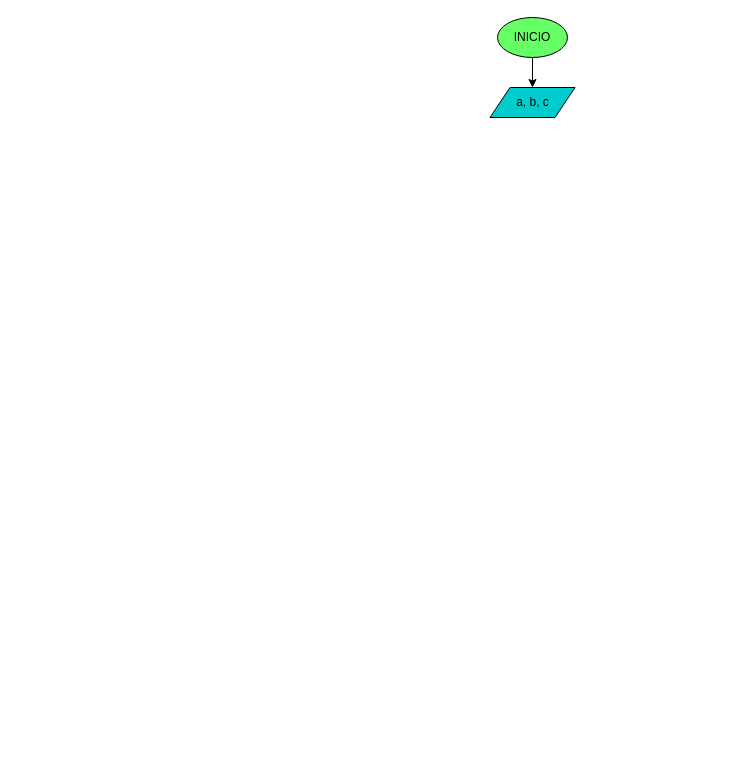
Earlier version of the draw.io diagram diagrama.drawio (sistemas-colegio-guanenta/quiz-condicionales-rangy25). Source tidied: cells renumbered, new cells numbered last; positions are measured from the earlier drawing's top-left corner, leaving out a move shared by most shapes. Both pictures are drawn from the tidied source at 100%, with x=0, y=0 at pixel (489, 17).
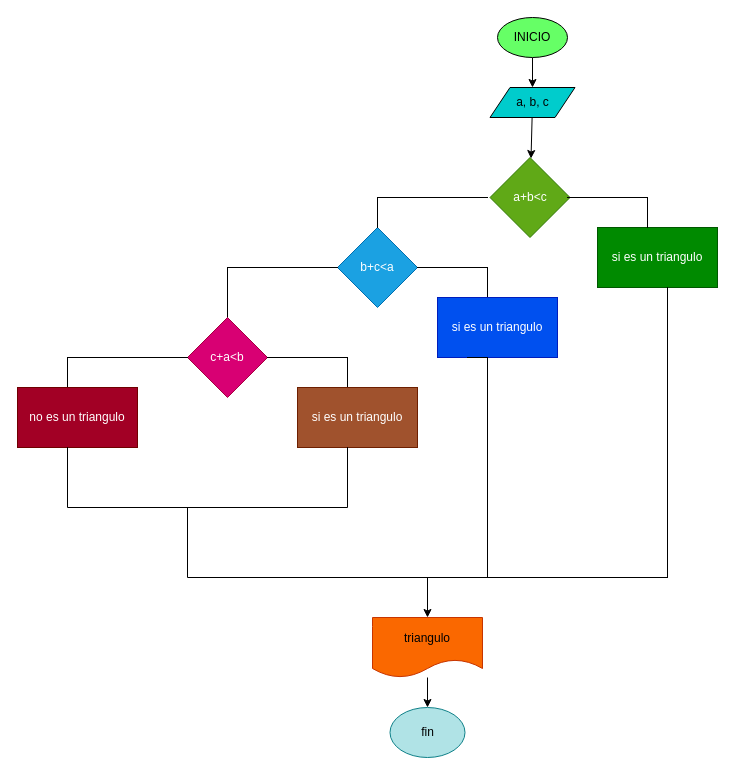
After the change.

Commit message (it also covers changes not shown here):
se realizo diagrama

Unchanged cells that the change refers to:
```xml
<mxCell id="4" value="a, b, c" style="shape=parallelogram;perimeter=parallelogramPerimeter;whiteSpace=wrap;html=1;fixedSize=1;fillColor=#00CCCC;" parent="1" vertex="1">
  <mxGeometry x="0.5" y="70" width="85" height="30" as="geometry" />
</mxCell>
```

Diff of the diagram source:
```diff
@@
+    <mxCell id="5" style="edgeStyle=none;html=1;" parent="1" edge="1" source="4" target="6">
+      <mxGeometry relative="1" as="geometry" />
+    </mxCell>
@@
+    <mxCell id="6" value="a+b&amp;lt;c" style="rhombus;whiteSpace=wrap;html=1;fillColor=#60a917;fontColor=#ffffff;strokeColor=#2D7600;" parent="1" vertex="1">
+      <mxGeometry x="0.5" y="140" width="80" height="80" as="geometry" />
+    </mxCell>
+    <mxCell id="7" value="si es un triangulo" style="rounded=0;whiteSpace=wrap;html=1;fillColor=#008a00;fontColor=#ffffff;strokeColor=#005700;" parent="1" vertex="1">
+      <mxGeometry x="108" y="210" width="120" height="60" as="geometry" />
+    </mxCell>
+    <mxCell id="8" style="shape=partialRectangle;whiteSpace=wrap;html=1;bottom=0;right=0;fillColor=none;direction=south;" parent="1" vertex="1">
+      <mxGeometry x="78" y="180" width="80" height="30" as="geometry" />
+    </mxCell>
+    <mxCell id="9" value="b+c&amp;lt;a" style="rhombus;whiteSpace=wrap;html=1;fillColor=#1ba1e2;fontColor=#ffffff;strokeColor=#006EAF;" parent="1" vertex="1">
+      <mxGeometry x="-152" y="210" width="80" height="80" as="geometry" />
+    </mxCell>
+    <mxCell id="10" style="shape=partialRectangle;whiteSpace=wrap;html=1;bottom=0;right=0;fillColor=none;" parent="1" vertex="1">
+      <mxGeometry x="-112" y="180" width="110" height="30" as="geometry" />
+    </mxCell>
+    <mxCell id="11" style="shape=partialRectangle;whiteSpace=wrap;html=1;bottom=0;right=0;fillColor=none;direction=south;" parent="1" vertex="1">
+      <mxGeometry x="-72" y="250" width="70" height="30" as="geometry" />
+    </mxCell>
+    <mxCell id="12" value="si es un triangulo" style="rounded=0;whiteSpace=wrap;html=1;fillColor=#0050ef;fontColor=#ffffff;strokeColor=#001DBC;" parent="1" vertex="1">
+      <mxGeometry x="-52" y="280" width="120" height="60" as="geometry" />
+    </mxCell>
+    <mxCell id="13" style="shape=partialRectangle;whiteSpace=wrap;html=1;bottom=0;right=0;fillColor=none;" parent="1" vertex="1">
+      <mxGeometry x="-262" y="250" width="110" height="50" as="geometry" />
+    </mxCell>
+    <mxCell id="14" value="c+a&amp;lt;b" style="rhombus;whiteSpace=wrap;html=1;fillColor=#d80073;fontColor=#ffffff;strokeColor=#A50040;" parent="1" vertex="1">
+      <mxGeometry x="-302" y="300" width="80" height="80" as="geometry" />
+    </mxCell>
+    <mxCell id="15" style="shape=partialRectangle;whiteSpace=wrap;html=1;bottom=0;right=0;fillColor=none;direction=south;" parent="1" vertex="1">
+      <mxGeometry x="-222" y="340" width="80" height="30" as="geometry" />
+    </mxCell>
+    <mxCell id="16" value="si es un triangulo" style="rounded=0;whiteSpace=wrap;html=1;fillColor=#a0522d;fontColor=#ffffff;strokeColor=#6D1F00;" parent="1" vertex="1">
+      <mxGeometry x="-192" y="370" width="120" height="60" as="geometry" />
+    </mxCell>
+    <mxCell id="17" style="shape=partialRectangle;whiteSpace=wrap;html=1;bottom=0;right=0;fillColor=none;" parent="1" vertex="1">
+      <mxGeometry x="-422" y="340" width="120" height="30" as="geometry" />
+    </mxCell>
+    <mxCell id="18" value="no es un triangulo" style="rounded=0;whiteSpace=wrap;html=1;fillColor=#a20025;fontColor=#ffffff;strokeColor=#6F0000;" parent="1" vertex="1">
+      <mxGeometry x="-472" y="370" width="120" height="60" as="geometry" />
+    </mxCell>
+    <mxCell id="19" style="shape=partialRectangle;whiteSpace=wrap;html=1;bottom=1;right=1;left=1;top=0;fillColor=none;routingCenterX=-0.5;" parent="1" vertex="1">
+      <mxGeometry x="-422" y="430" width="280" height="60" as="geometry" />
+    </mxCell>
+    <mxCell id="20" style="edgeStyle=none;html=1;" parent="1" edge="1" source="21" target="25">
+      <mxGeometry relative="1" as="geometry" />
+    </mxCell>
+    <mxCell id="21" style="shape=partialRectangle;whiteSpace=wrap;html=1;bottom=1;right=1;left=1;top=0;fillColor=none;routingCenterX=-0.5;" parent="1" vertex="1">
+      <mxGeometry x="-302" y="490" width="480" height="70" as="geometry" />
+    </mxCell>
+    <mxCell id="22" style="shape=partialRectangle;whiteSpace=wrap;html=1;bottom=0;right=0;fillColor=none;direction=west;" parent="1" vertex="1">
+      <mxGeometry x="58" y="270" width="120" height="290" as="geometry" />
+    </mxCell>
+    <mxCell id="23" style="shape=partialRectangle;whiteSpace=wrap;html=1;bottom=0;right=0;fillColor=none;direction=south;" parent="1" vertex="1">
+      <mxGeometry x="-22" y="340" width="20" height="220" as="geometry" />
+    </mxCell>
+    <mxCell id="24" style="edgeStyle=none;html=1;" parent="1" edge="1" source="25" target="26">
+      <mxGeometry relative="1" as="geometry" />
+    </mxCell>
+    <mxCell id="25" value="triangulo" style="shape=document;whiteSpace=wrap;html=1;boundedLbl=1;fillColor=#fa6800;fontColor=#000000;strokeColor=#C73500;" parent="1" vertex="1">
+      <mxGeometry x="-117" y="600" width="110" height="60" as="geometry" />
+    </mxCell>
+    <mxCell id="26" value="fin" style="ellipse;whiteSpace=wrap;html=1;fillColor=#b0e3e6;strokeColor=#0e8088;" parent="1" vertex="1">
+      <mxGeometry x="-99.5" y="690" width="75" height="50" as="geometry" />
+    </mxCell>
```
